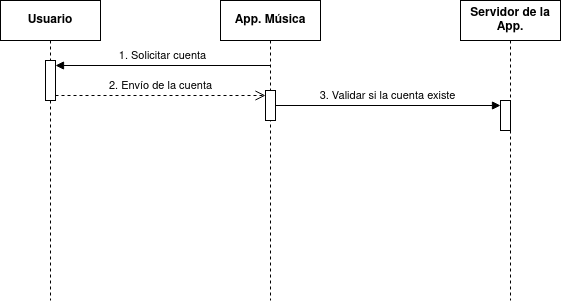
The draw.io diagram diagramas_casos_de_uso/diagrama-secuencia-musica.drawio.png in JesusLugo2002/ETS, before a commit. Source tidied: cells renumbered, new cells last; positions are measured from the earlier drawing's top-left corner, leaving out a move shared by most shapes.
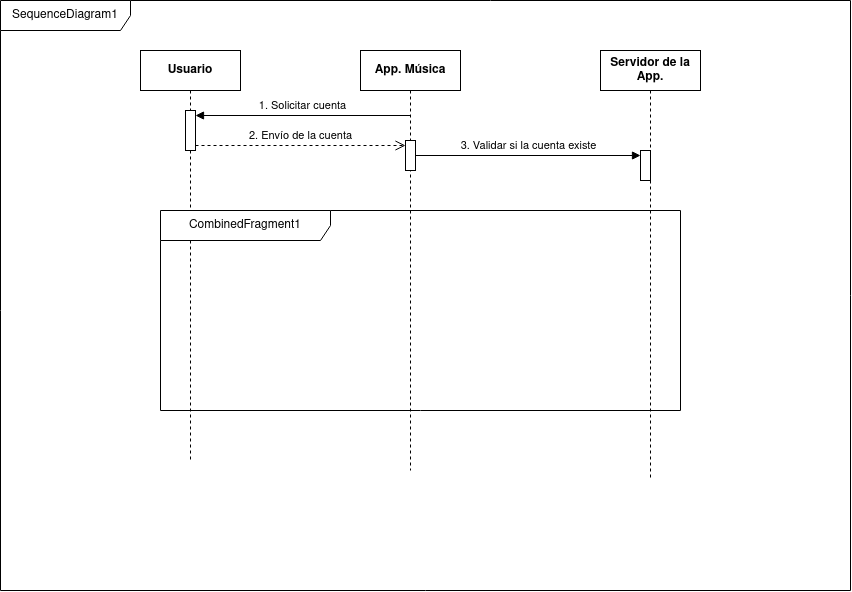
The same file after the commit.

The edit, as a diff of the source:
```diff
@@ -3,16 +3,16 @@
     <mxCell id="0" />
     <mxCell id="1" parent="0" />
     <mxCell id="2" value="Usuario" style="shape=umlLifeline;perimeter=lifelinePerimeter;whiteSpace=wrap;html=1;newEdgeStyle={&quot;curved&quot;:0,&quot;rounded&quot;:0};fontStyle=1;" parent="1" vertex="1">
-      <mxGeometry width="100" height="300" as="geometry" />
+      <mxGeometry width="100" height="410" as="geometry" />
     </mxCell>
     <mxCell id="3" value="App. Música" style="shape=umlLifeline;perimeter=lifelinePerimeter;whiteSpace=wrap;html=1;outlineConnect=0;portConstraint=eastwest;newEdgeStyle={&quot;curved&quot;:0,&quot;rounded&quot;:0};fontStyle=1;" parent="1" vertex="1">
-      <mxGeometry x="220" width="100" height="300" as="geometry" />
+      <mxGeometry x="220" width="100" height="420" as="geometry" />
     </mxCell>
     <mxCell id="4" style="html=1;points=[[0,0,0,0,5],[0,1,0,0,-5],[1,0,0,0,5],[1,1,0,0,-5]];perimeter=orthogonalPerimeter;outlineConnect=0;targetShapes=umlLifeline;portConstraint=eastwest;newEdgeStyle={&quot;curved&quot;:0,&quot;rounded&quot;:0};" parent="3" vertex="1">
       <mxGeometry x="45" y="90" width="10" height="30" as="geometry" />
     </mxCell>
     <mxCell id="5" value="Servidor de la App." style="shape=umlLifeline;perimeter=lifelinePerimeter;whiteSpace=wrap;html=1;newEdgeStyle={&quot;curved&quot;:0,&quot;rounded&quot;:0};fontStyle=1;" parent="1" vertex="1">
-      <mxGeometry x="460" width="100" height="300" as="geometry" />
+      <mxGeometry x="460" width="100" height="430" as="geometry" />
     </mxCell>
     <mxCell id="6" style="html=1;points=[[0,0,0,0,5],[0,1,0,0,-5],[1,0,0,0,5],[1,1,0,0,-5]];perimeter=orthogonalPerimeter;outlineConnect=0;targetShapes=umlLifeline;portConstraint=eastwest;newEdgeStyle={&quot;curved&quot;:0,&quot;rounded&quot;:0};" parent="5" vertex="1">
       <mxGeometry x="40" y="100" width="10" height="30" as="geometry" />
@@ -29,5 +29,11 @@
     <mxCell id="10" value="3. Validar si la cuenta existe" style="html=1;verticalAlign=bottom;startArrow=none;endArrow=block;startSize=8;curved=0;rounded=0;entryX=0;entryY=0;entryDx=0;entryDy=5;startFill=0;" parent="1" edge="1" source="4" target="6">
       <mxGeometry relative="1" as="geometry" />
     </mxCell>
+    <mxCell id="11" value="SequenceDiagram1" style="shape=umlFrame;whiteSpace=wrap;html=1;width=130;height=30;" parent="1" vertex="1">
+      <mxGeometry x="-140" y="-50" width="850" height="590" as="geometry" />
+    </mxCell>
+    <mxCell id="12" value="CombinedFragment1" style="shape=umlFrame;whiteSpace=wrap;html=1;width=170;height=30;" parent="1" vertex="1">
+      <mxGeometry x="20" y="160" width="520" height="200" as="geometry" />
+    </mxCell>
   </root>
 </mxGraphModel>
```
